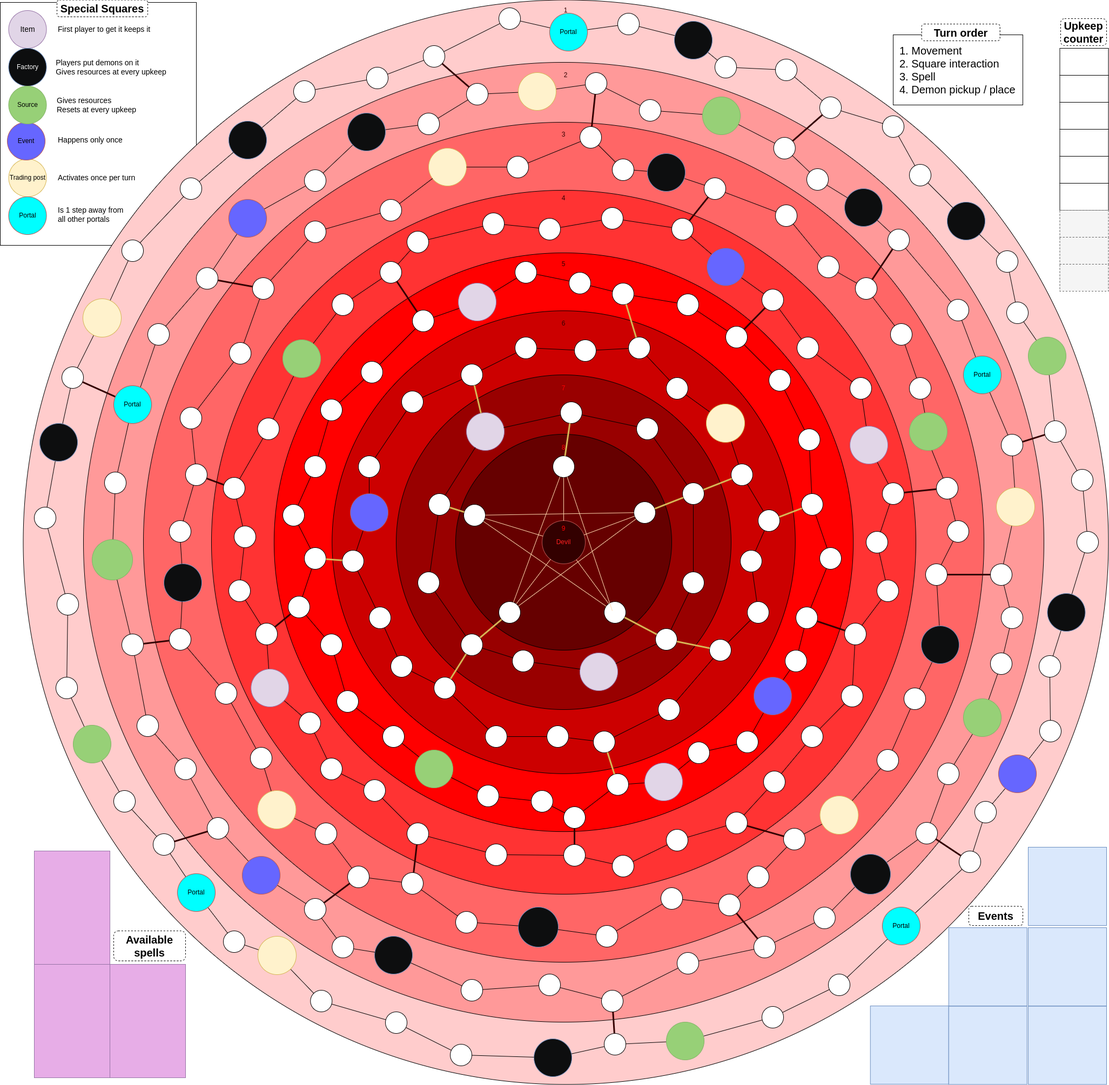
Earlier version of the draw.io export hellgame.drawio.png (erik88/hellgame). Source tidied: cells renumbered, new cells last; positions are measured from the earlier drawing's top-left corner, leaving out a move shared by most shapes.
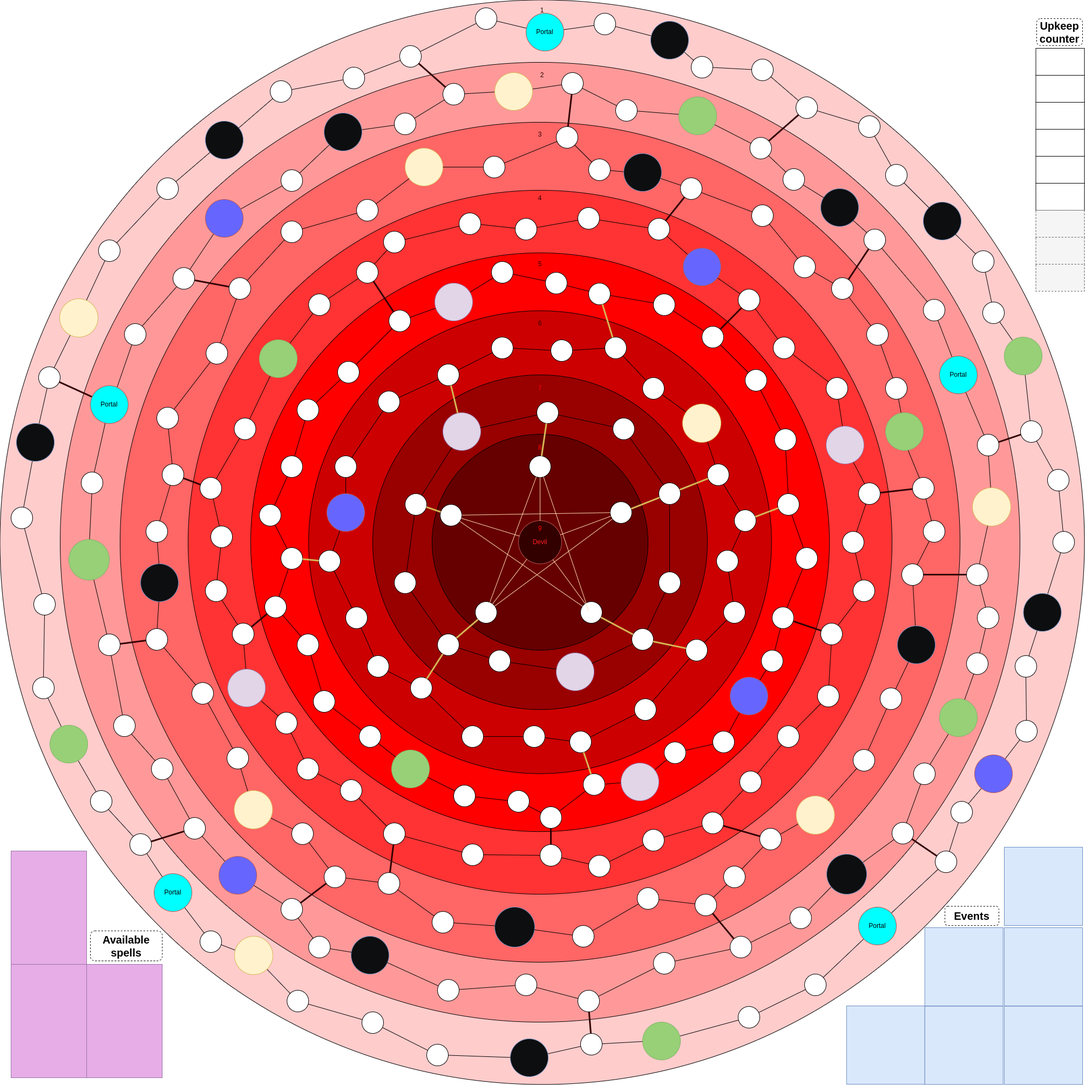
The same file after the commit.

The edit, as a diff of the source:
```diff
@@ -2,9 +2,6 @@
   <root>
     <mxCell id="0" />
     <mxCell id="1" parent="0" />
-    <mxCell id="2" style="rounded=0;whiteSpace=wrap;html=1;" parent="1" vertex="1">
-      <mxGeometry y="4" width="363" height="450" as="geometry" />
-    </mxCell>
     <mxCell id="3" style="ellipse;whiteSpace=wrap;html=1;direction=south;fillColor=#FFCCCC;" parent="1" vertex="1">
       <mxGeometry x="42.5" y="-0.5" width="2009" height="2009" as="geometry" />
     </mxCell>
@@ -1424,18 +1421,6 @@
     <mxCell id="473" style="endArrow=none;html=1;rounded=0;strokeWidth=3;fillColor=#fff2cc;strokeColor=#330000;" parent="1" edge="1" source="368" target="308">
       <mxGeometry relative="1" as="geometry" />
     </mxCell>
-    <mxCell id="474" value="&lt;font style=&quot;font-size: 14px;&quot;&gt;Item&lt;/font&gt;" style="ellipse;whiteSpace=wrap;html=1;fillColor=#e1d5e7;strokeColor=#9673a6;" parent="1" vertex="1">
-      <mxGeometry x="15.5" y="19" width="70" height="70" as="geometry" />
-    </mxCell>
-    <mxCell id="475" value="Factory" style="ellipse;whiteSpace=wrap;html=1;fillColor=#0D0E0F;strokeColor=#6c8ebf;fontColor=#FAFAFA;" parent="1" vertex="1">
-      <mxGeometry x="15.5" y="89" width="70" height="70" as="geometry" />
-    </mxCell>
-    <mxCell id="476" value="Trading post" style="ellipse;whiteSpace=wrap;html=1;fillColor=#fff2cc;strokeColor=#d6b656;" parent="1" vertex="1">
-      <mxGeometry x="15.5" y="294" width="70" height="70" as="geometry" />
-    </mxCell>
-    <mxCell id="477" value="Event" style="ellipse;whiteSpace=wrap;html=1;fillColor=#6666FF;strokeColor=#b85450;" parent="1" vertex="1">
-      <mxGeometry x="13" y="226" width="70" height="70" as="geometry" />
-    </mxCell>
     <mxCell id="478" style="rounded=0;whiteSpace=wrap;html=1;" parent="1" vertex="1">
       <mxGeometry x="1961.5" y="89" width="90" height="50" as="geometry" />
     </mxCell>
@@ -1543,9 +1528,6 @@
     <mxCell id="512" style="ellipse;whiteSpace=wrap;html=1;fillColor=#e1d5e7;strokeColor=#9673a6;" parent="1" vertex="1">
       <mxGeometry x="464.2" y="1239" width="70" height="70" as="geometry" />
     </mxCell>
-    <mxCell id="513" value="Portal" style="ellipse;whiteSpace=wrap;html=1;fillColor=#00FFFF;strokeColor=#b85450;" parent="1" vertex="1">
-      <mxGeometry x="15.5" y="364" width="70" height="70" as="geometry" />
-    </mxCell>
     <mxCell id="514" style="endArrow=none;html=1;rounded=0;" parent="1" edge="1" source="308" target="520">
       <mxGeometry relative="1" as="geometry" />
     </mxCell>
@@ -1654,15 +1636,6 @@
     <mxCell id="549" style="rounded=0;whiteSpace=wrap;html=1;fillColor=#E7ADE7;strokeColor=#9673a6;" parent="1" vertex="1">
       <mxGeometry x="63" y="1576" width="140" height="210" as="geometry" />
     </mxCell>
-    <mxCell id="550" style="group;" parent="1" vertex="1">
-      <mxGeometry x="1653" y="64" width="240" height="130" as="geometry" />
-    </mxCell>
-    <mxCell id="551" style="rounded=0;whiteSpace=wrap;html=1;" parent="550" vertex="1">
-      <mxGeometry width="240" height="130" as="geometry" />
-    </mxCell>
-    <mxCell id="552" value="&lt;font style=&quot;font-size: 20px;&quot;&gt;1. Movement&lt;br&gt;2. Square interaction&lt;br&gt;3. Spell&lt;br&gt;4. Demon pickup / place&lt;/font&gt;" style="rounded=0;whiteSpace=wrap;html=1;fillColor=none;strokeColor=none;align=left;" parent="550" vertex="1">
-      <mxGeometry x="10.4" y="12.2" width="229.6" height="105.6" as="geometry" />
-    </mxCell>
     <mxCell id="553" value="&lt;font style=&quot;font-size: 20px;&quot;&gt;&lt;b&gt;Upkeep&lt;br&gt;counter&lt;/b&gt;&lt;/font&gt;" style="text;html=1;strokeColor=default;fillColor=default;align=center;verticalAlign=middle;whiteSpace=wrap;rounded=1;dashed=1;" parent="1" vertex="1">
       <mxGeometry x="1963" y="34" width="85" height="50" as="geometry" />
     </mxCell>
@@ -1672,33 +1645,6 @@
     <mxCell id="555" style="ellipse;whiteSpace=wrap;html=1;" parent="1" vertex="1">
       <mxGeometry x="1833" y="1209" width="40" height="40" as="geometry" />
     </mxCell>
-    <mxCell id="556" value="Source" style="ellipse;whiteSpace=wrap;html=1;fillColor=#97D077;strokeColor=#82b366;" parent="1" vertex="1">
-      <mxGeometry x="15.5" y="159" width="70" height="70" as="geometry" />
-    </mxCell>
-    <mxCell id="557" value="&lt;font style=&quot;font-size: 14px;&quot;&gt;First player to get it keeps it&lt;/font&gt;" style="text;html=1;strokeColor=none;fillColor=none;align=left;verticalAlign=middle;whiteSpace=wrap;rounded=0;" parent="1" vertex="1">
-      <mxGeometry x="105" y="39" width="238" height="30" as="geometry" />
-    </mxCell>
-    <mxCell id="558" value="&lt;div style=&quot;text-align: left;&quot;&gt;&lt;span style=&quot;font-size: 14px; background-color: initial;&quot;&gt;Players put demons on it&lt;/span&gt;&lt;/div&gt;&lt;font style=&quot;font-size: 14px;&quot;&gt;&lt;div style=&quot;text-align: left;&quot;&gt;&lt;span style=&quot;background-color: initial;&quot;&gt;Gives resources at every upkeep&lt;/span&gt;&lt;/div&gt;&lt;/font&gt;" style="text;html=1;strokeColor=none;fillColor=none;align=center;verticalAlign=middle;whiteSpace=wrap;rounded=0;" parent="1" vertex="1">
-      <mxGeometry x="77.5" y="109" width="255.5" height="30" as="geometry" />
-    </mxCell>
-    <mxCell id="559" value="&lt;font style=&quot;font-size: 14px;&quot;&gt;Gives resources&lt;br&gt;Resets at every upkeep&lt;br&gt;&lt;/font&gt;" style="text;html=1;strokeColor=none;fillColor=none;align=left;verticalAlign=middle;whiteSpace=wrap;rounded=0;" parent="1" vertex="1">
-      <mxGeometry x="103" y="179" width="242.5" height="30" as="geometry" />
-    </mxCell>
-    <mxCell id="560" value="&lt;font style=&quot;font-size: 14px;&quot;&gt;Happens only once&lt;br&gt;&lt;/font&gt;" style="text;html=1;strokeColor=none;fillColor=none;align=left;verticalAlign=middle;whiteSpace=wrap;rounded=0;" parent="1" vertex="1">
-      <mxGeometry x="105" y="244" width="242.5" height="30" as="geometry" />
-    </mxCell>
-    <mxCell id="561" value="&lt;font style=&quot;font-size: 14px;&quot;&gt;Activates once per turn&lt;br&gt;&lt;/font&gt;" style="text;html=1;strokeColor=none;fillColor=none;align=left;verticalAlign=middle;whiteSpace=wrap;rounded=0;" parent="1" vertex="1">
-      <mxGeometry x="105" y="314" width="242.5" height="30" as="geometry" />
-    </mxCell>
-    <mxCell id="562" value="&lt;font style=&quot;font-size: 14px;&quot;&gt;Is 1 step away from&lt;br&gt;all other portals&lt;br&gt;&lt;/font&gt;" style="text;html=1;strokeColor=none;fillColor=none;align=left;verticalAlign=middle;whiteSpace=wrap;rounded=0;" parent="1" vertex="1">
-      <mxGeometry x="105" y="382" width="242.5" height="30" as="geometry" />
-    </mxCell>
-    <mxCell id="563" value="&lt;span style=&quot;font-size: 20px;&quot;&gt;&lt;b&gt;Turn order&lt;/b&gt;&lt;/span&gt;" style="text;html=1;strokeColor=default;fillColor=default;align=center;verticalAlign=middle;whiteSpace=wrap;rounded=1;dashed=1;" parent="1" vertex="1">
-      <mxGeometry x="1705.7" y="44" width="145" height="31.1" as="geometry" />
-    </mxCell>
-    <mxCell id="564" value="&lt;span style=&quot;font-size: 20px;&quot;&gt;&lt;b&gt;Special Squares&lt;/b&gt;&lt;/span&gt;" style="text;html=1;strokeColor=default;fillColor=default;align=center;verticalAlign=middle;whiteSpace=wrap;rounded=1;dashed=1;" parent="1" vertex="1">
-      <mxGeometry x="105" y="-0.5" width="168" height="31.1" as="geometry" />
-    </mxCell>
     <mxCell id="565" value="&lt;span style=&quot;font-size: 20px;&quot;&gt;&lt;b&gt;Available spells&lt;/b&gt;&lt;/span&gt;" style="text;html=1;strokeColor=default;fillColor=default;align=center;verticalAlign=middle;whiteSpace=wrap;rounded=1;dashed=1;" parent="1" vertex="1">
       <mxGeometry x="210" y="1724" width="133" height="55.5" as="geometry" />
     </mxCell>
```
